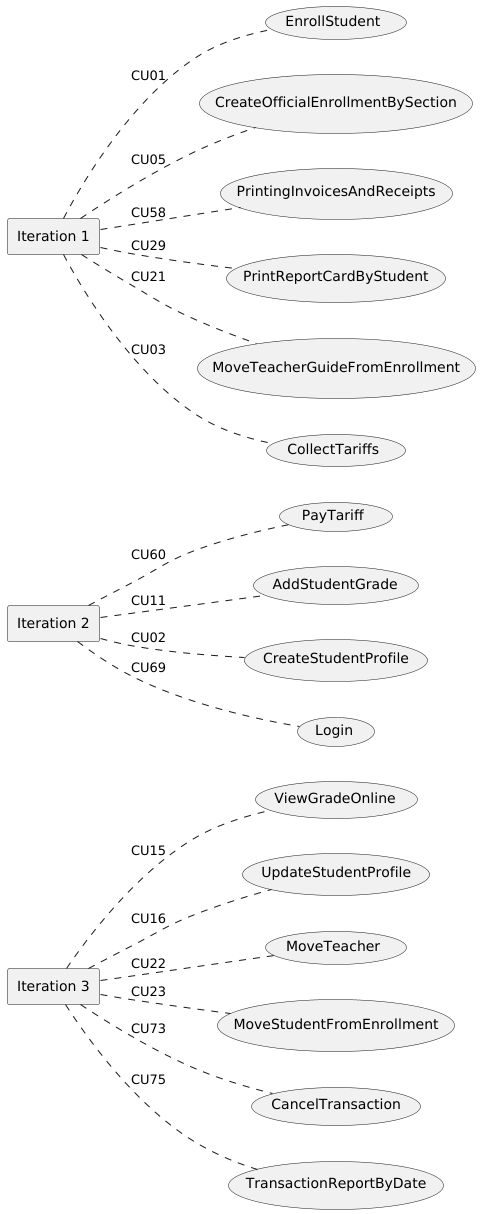
The PlantUML diagram out/UseCaseView/Prioritization.png in wsmcbl/wsmcbl.doc, before a commit.
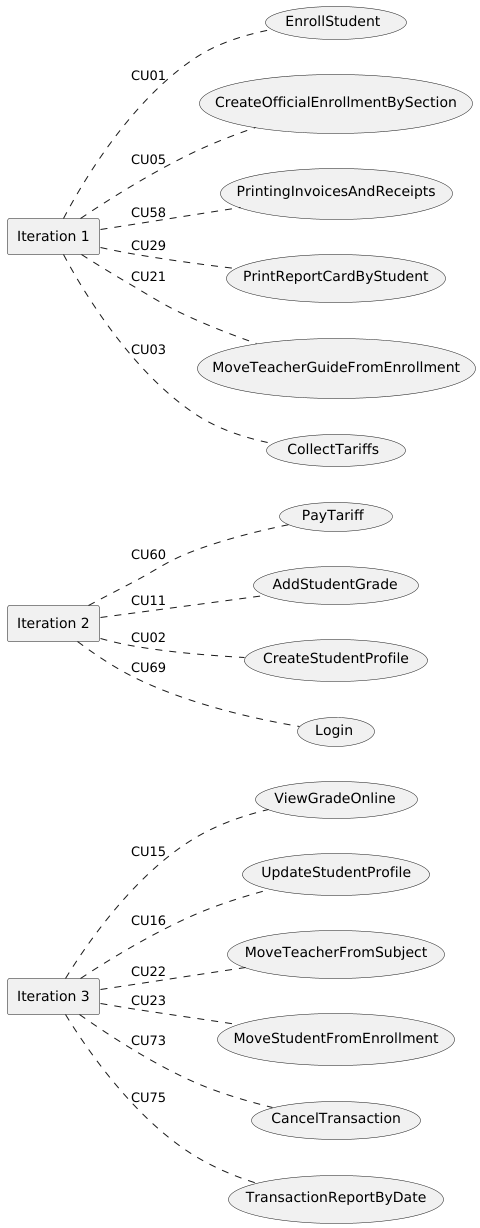
After the change.

Diff of the diagram source:
```diff
@@ -5,7 +5,7 @@
 
 usecase CU15 as "ViewGradeOnline"
 usecase CU16 as "UpdateStudentProfile"
-usecase CU22 as "MoveTeacher"
+usecase CU22 as "MoveTeacherFromSubject"
 usecase CU23 as "MoveStudentFromEnrollment"
 usecase CU73 as "CancelTransaction"
 usecase CU75 as "TransactionReportByDate"
```
